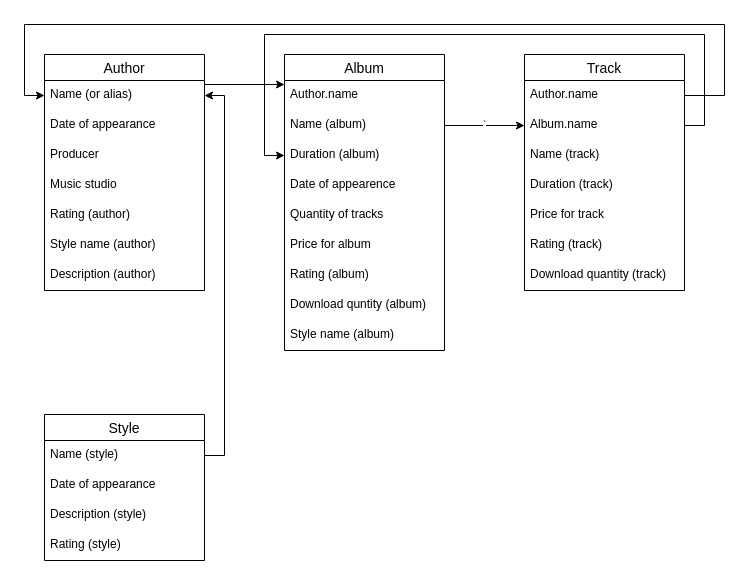
Oleg-Stukalov/draw.io-schemes keeps this draw.io diagram as Untitled Diagram.drawio. Above is the earlier version. Source tidied: cells renumbered, new cells numbered last; positions are measured from the earlier drawing's top-left corner, leaving out a move shared by most shapes. Both pictures are drawn from the tidied source at 100%, with x=0, y=0 at pixel (24, 24).
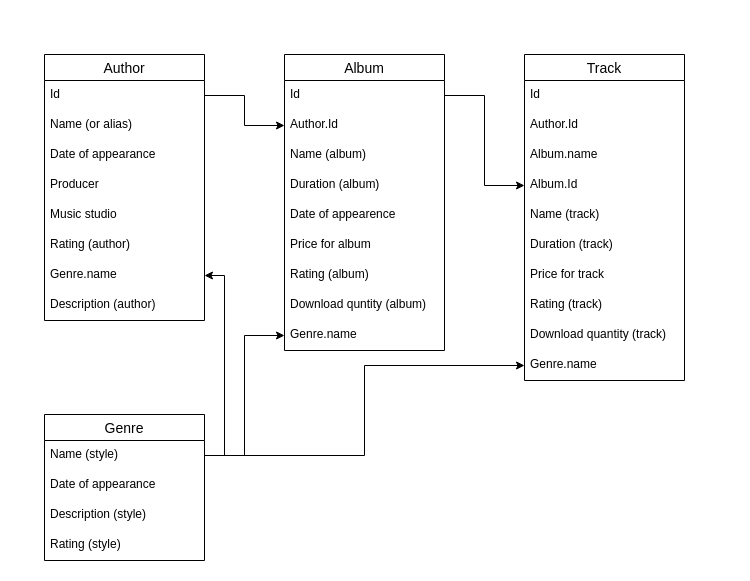
After the change.

Unchanged cells that the change refers to:
```xml
<mxCell id="2" value="Album" style="swimlane;fontStyle=0;horizontal=1;startSize=26;align=center;fontSize=14;" parent="1" vertex="1">
  <mxGeometry x="260" y="30" width="160" height="296" as="geometry" />
</mxCell>
<mxCell id="33" value="Name (style)" style="text;strokeColor=none;fillColor=none;spacingLeft=4;spacingRight=4;overflow=hidden;points=[[0,0.5],[1,0.5]];portConstraint=eastwest;fontSize=12;" parent="32" vertex="1">
  <mxGeometry y="26" width="160" height="30" as="geometry" />
</mxCell>
```

Change to the diagram source:
```diff
@@
-    <mxCell id="3" value="Author.name" style="text;strokeColor=none;fillColor=none;spacingLeft=4;spacingRight=4;overflow=hidden;points=[[0,0.5],[1,0.5]];portConstraint=eastwest;fontSize=12;" parent="2" vertex="1">
+    <mxCell id="3" value="Id" style="text;strokeColor=none;fillColor=none;spacingLeft=4;spacingRight=4;overflow=hidden;points=[[0,0.5],[1,0.5]];portConstraint=eastwest;fontSize=12;" parent="2" vertex="1">
       <mxGeometry y="26" width="160" height="30" as="geometry" />
     </mxCell>
+    <mxCell id="38" value="Author.Id" style="text;strokeColor=none;fillColor=none;spacingLeft=4;spacingRight=4;overflow=hidden;points=[[0,0.5],[1,0.5]];portConstraint=eastwest;fontSize=12;" parent="2" vertex="1">
+      <mxGeometry y="56" width="160" height="30" as="geometry" />
+    </mxCell>
     <mxCell id="4" value="Name (album)" style="text;strokeColor=none;fillColor=none;spacingLeft=4;spacingRight=4;overflow=hidden;points=[[0,0.5],[1,0.5]];portConstraint=eastwest;fontSize=12;" parent="2" vertex="1">
-      <mxGeometry y="56" width="160" height="30" as="geometry" />
+      <mxGeometry y="86" width="160" height="30" as="geometry" />
     </mxCell>
     <mxCell id="5" value="Duration (album)" style="text;strokeColor=none;fillColor=none;spacingLeft=4;spacingRight=4;overflow=hidden;points=[[0,0.5],[1,0.5]];portConstraint=eastwest;fontSize=12;" parent="2" vertex="1">
-      <mxGeometry y="86" width="160" height="30" as="geometry" />
+      <mxGeometry y="116" width="160" height="30" as="geometry" />
     </mxCell>
     <mxCell id="6" value="Date of appearence" style="text;strokeColor=none;fillColor=none;spacingLeft=4;spacingRight=4;overflow=hidden;fontSize=12;" parent="2" vertex="1">
-      <mxGeometry y="116" width="160" height="30" as="geometry" />
+      <mxGeometry y="146" width="160" height="30" as="geometry" />
     </mxCell>
-    <mxCell id="7" value="Quantity of tracks" style="text;strokeColor=none;fillColor=none;spacingLeft=4;spacingRight=4;overflow=hidden;fontSize=12;" parent="2" vertex="1">
-      <mxGeometry y="146" width="160" height="30" as="geometry" />
-    </mxCell>
@@
-    <mxCell id="11" value="Style name (album)" style="text;strokeColor=none;fillColor=none;spacingLeft=4;spacingRight=4;overflow=hidden;points=[[0,0.5],[1,0.5]];portConstraint=eastwest;fontSize=12;" parent="2" vertex="1">
+    <mxCell id="11" value="Genre.name" style="text;strokeColor=none;fillColor=none;spacingLeft=4;spacingRight=4;overflow=hidden;points=[[0,0.5],[1,0.5]];portConstraint=eastwest;fontSize=12;" parent="2" vertex="1">
       <mxGeometry y="266" width="160" height="30" as="geometry" />
     </mxCell>
     <mxCell id="12" value="Author" style="swimlane;fontStyle=0;horizontal=1;startSize=26;align=center;fontSize=14;" parent="1" vertex="1">
-      <mxGeometry x="20" y="30" width="160" height="236" as="geometry" />
+      <mxGeometry x="20" y="30" width="160" height="266" as="geometry" />
     </mxCell>
-    <mxCell id="13" value="Name (or alias)" style="text;strokeColor=none;fillColor=none;spacingLeft=4;spacingRight=4;overflow=hidden;points=[[0,0.5],[1,0.5]];portConstraint=eastwest;fontSize=12;" parent="12" vertex="1">
+    <mxCell id="13" value="Id" style="text;strokeColor=none;fillColor=none;spacingLeft=4;spacingRight=4;overflow=hidden;points=[[0,0.5],[1,0.5]];portConstraint=eastwest;fontSize=12;" parent="12" vertex="1">
       <mxGeometry y="26" width="160" height="30" as="geometry" />
     </mxCell>
+    <mxCell id="39" value="Name (or alias) " style="text;strokeColor=none;fillColor=none;spacingLeft=4;spacingRight=4;overflow=hidden;fontSize=12;" parent="12" vertex="1">
+      <mxGeometry y="56" width="160" height="30" as="geometry" />
+    </mxCell>
     <mxCell id="14" value="Date of appearance" style="text;strokeColor=none;fillColor=none;spacingLeft=4;spacingRight=4;overflow=hidden;fontSize=12;" parent="12" vertex="1">
-      <mxGeometry y="56" width="160" height="30" as="geometry" />
+      <mxGeometry y="86" width="160" height="30" as="geometry" />
     </mxCell>
     <mxCell id="15" value="Producer" style="text;strokeColor=none;fillColor=none;spacingLeft=4;spacingRight=4;overflow=hidden;fontSize=12;" parent="12" vertex="1">
-      <mxGeometry y="86" width="160" height="30" as="geometry" />
+      <mxGeometry y="116" width="160" height="30" as="geometry" />
     </mxCell>
     <mxCell id="16" value="Music studio" style="text;strokeColor=none;fillColor=none;spacingLeft=4;spacingRight=4;overflow=hidden;fontSize=12;" parent="12" vertex="1">
-      <mxGeometry y="116" width="160" height="30" as="geometry" />
+      <mxGeometry y="146" width="160" height="30" as="geometry" />
     </mxCell>
     <mxCell id="17" value="Rating (author)" style="text;strokeColor=none;fillColor=none;spacingLeft=4;spacingRight=4;overflow=hidden;fontSize=12;" parent="12" vertex="1">
-      <mxGeometry y="146" width="160" height="30" as="geometry" />
+      <mxGeometry y="176" width="160" height="30" as="geometry" />
     </mxCell>
-    <mxCell id="18" value="Style name (author)" style="text;strokeColor=none;fillColor=none;spacingLeft=4;spacingRight=4;overflow=hidden;points=[[0,0.5],[1,0.5]];portConstraint=eastwest;fontSize=12;" parent="12" vertex="1">
-      <mxGeometry y="176" width="160" height="30" as="geometry" />
+    <mxCell id="18" value="Genre.name" style="text;strokeColor=none;fillColor=none;spacingLeft=4;spacingRight=4;overflow=hidden;points=[[0,0.5],[1,0.5]];portConstraint=eastwest;fontSize=12;" parent="12" vertex="1">
+      <mxGeometry y="206" width="160" height="30" as="geometry" />
     </mxCell>
     <mxCell id="19" value="Description (author)" style="text;strokeColor=none;fillColor=none;spacingLeft=4;spacingRight=4;overflow=hidden;fontSize=12;" parent="12" vertex="1">
-      <mxGeometry y="206" width="160" height="30" as="geometry" />
+      <mxGeometry y="236" width="160" height="30" as="geometry" />
     </mxCell>
     <mxCell id="20" value="Track" style="swimlane;fontStyle=0;horizontal=1;startSize=26;align=center;fontSize=14;" parent="1" vertex="1">
-      <mxGeometry x="500" y="30" width="160" height="236" as="geometry" />
+      <mxGeometry x="500" y="30" width="160" height="326" as="geometry" />
     </mxCell>
+    <mxCell id="40" value="Id" style="text;strokeColor=none;fillColor=none;spacingLeft=4;spacingRight=4;overflow=hidden;fontSize=12;" parent="20" vertex="1">
+      <mxGeometry y="26" width="160" height="30" as="geometry" />
+    </mxCell>
-    <mxCell id="21" value="Author.name" style="text;strokeColor=none;fillColor=none;spacingLeft=4;spacingRight=4;overflow=hidden;points=[[0,0.5],[1,0.5]];portConstraint=eastwest;fontSize=12;" parent="20" vertex="1">
-      <mxGeometry y="26" width="160" height="30" as="geometry" />
+    <mxCell id="21" value="Author.Id" style="text;strokeColor=none;fillColor=none;spacingLeft=4;spacingRight=4;overflow=hidden;points=[[0,0.5],[1,0.5]];portConstraint=eastwest;fontSize=12;" parent="20" vertex="1">
+      <mxGeometry y="56" width="160" height="30" as="geometry" />
     </mxCell>
     <mxCell id="22" value="Album.name" style="text;strokeColor=none;fillColor=none;spacingLeft=4;spacingRight=4;overflow=hidden;points=[[0,0.5],[1,0.5]];portConstraint=eastwest;fontSize=12;" parent="20" vertex="1">
-      <mxGeometry y="56" width="160" height="30" as="geometry" />
+      <mxGeometry y="86" width="160" height="30" as="geometry" />
     </mxCell>
+    <mxCell id="41" value="Album.Id" style="text;strokeColor=none;fillColor=none;spacingLeft=4;spacingRight=4;overflow=hidden;points=[[0,0.5],[1,0.5]];portConstraint=eastwest;fontSize=12;" parent="20" vertex="1">
+      <mxGeometry y="116" width="160" height="30" as="geometry" />
+    </mxCell>
     <mxCell id="23" value="Name (track)" style="text;strokeColor=none;fillColor=none;spacingLeft=4;spacingRight=4;overflow=hidden;fontSize=12;" parent="20" vertex="1">
-      <mxGeometry y="86" width="160" height="30" as="geometry" />
+      <mxGeometry y="146" width="160" height="30" as="geometry" />
     </mxCell>
     <mxCell id="24" value="Duration (track)" style="text;strokeColor=none;fillColor=none;spacingLeft=4;spacingRight=4;overflow=hidden;fontSize=12;" parent="20" vertex="1">
-      <mxGeometry y="116" width="160" height="30" as="geometry" />
+      <mxGeometry y="176" width="160" height="30" as="geometry" />
     </mxCell>
     <mxCell id="25" value="Price for track" style="text;strokeColor=none;fillColor=none;spacingLeft=4;spacingRight=4;overflow=hidden;fontSize=12;" parent="20" vertex="1">
-      <mxGeometry y="146" width="160" height="30" as="geometry" />
+      <mxGeometry y="206" width="160" height="30" as="geometry" />
     </mxCell>
     <mxCell id="26" value="Rating (track)" style="text;strokeColor=none;fillColor=none;spacingLeft=4;spacingRight=4;overflow=hidden;fontSize=12;" parent="20" vertex="1">
-      <mxGeometry y="176" width="160" height="30" as="geometry" />
+      <mxGeometry y="236" width="160" height="30" as="geometry" />
     </mxCell>
     <mxCell id="27" value="Download quantity (track)" style="text;strokeColor=none;fillColor=none;spacingLeft=4;spacingRight=4;overflow=hidden;fontSize=12;" parent="20" vertex="1">
-      <mxGeometry y="206" width="160" height="30" as="geometry" />
+      <mxGeometry y="266" width="160" height="30" as="geometry" />
     </mxCell>
-    <mxCell id="28" style="edgeStyle=orthogonalEdgeStyle;rounded=0;jettySize=auto;html=1;exitX=1;exitY=0.5;exitDx=0;exitDy=0;" parent="1" edge="1" source="13" target="3">
-      <mxGeometry relative="1" as="geometry">
-        <Array as="points">
-          <mxPoint x="180" y="60" />
-        </Array>
-      </mxGeometry>
-    </mxCell>
-    <mxCell id="29" value="`" style="edgeStyle=orthogonalEdgeStyle;rounded=0;jettySize=auto;html=1;exitX=1;exitY=0.5;exitDx=0;exitDy=0;entryX=0;entryY=0.5;entryDx=0;entryDy=0;" parent="1" edge="1" source="4" target="22">
-      <mxGeometry relative="1" as="geometry" />
-    </mxCell>
-    <mxCell id="30" style="edgeStyle=orthogonalEdgeStyle;rounded=0;jettySize=auto;html=1;exitX=1;exitY=0.5;exitDx=0;exitDy=0;entryX=0;entryY=0.5;entryDx=0;entryDy=0;" parent="1" edge="1" source="21" target="13">
-      <mxGeometry relative="1" as="geometry">
-        <Array as="points">
-          <mxPoint x="700" y="71" />
-          <mxPoint x="700" />
-          <mxPoint />
-          <mxPoint y="71" />
-        </Array>
-      </mxGeometry>
-    </mxCell>
-    <mxCell id="31" style="edgeStyle=orthogonalEdgeStyle;rounded=0;jettySize=auto;html=1;exitX=1;exitY=0.5;exitDx=0;exitDy=0;entryX=0;entryY=0.5;entryDx=0;entryDy=0;" parent="1" edge="1" source="22" target="5">
-      <mxGeometry relative="1" as="geometry">
-        <Array as="points">
-          <mxPoint x="680" y="101" />
-          <mxPoint x="680" y="10" />
-          <mxPoint x="240" y="10" />
-          <mxPoint x="240" y="131" />
-        </Array>
-      </mxGeometry>
-    </mxCell>
+    <mxCell id="42" value="Genre.name" style="text;strokeColor=none;fillColor=none;spacingLeft=4;spacingRight=4;overflow=hidden;points=[[0,0.5],[1,0.5]];portConstraint=eastwest;fontSize=12;" parent="20" vertex="1">
+      <mxGeometry y="296" width="160" height="30" as="geometry" />
+    </mxCell>
-    <mxCell id="32" value="Style" style="swimlane;fontStyle=0;horizontal=1;startSize=26;align=center;fontSize=14;" parent="1" vertex="1">
+    <mxCell id="32" value="Genre" style="swimlane;fontStyle=0;horizontal=1;startSize=26;align=center;fontSize=14;" parent="1" vertex="1">
       <mxGeometry x="20" y="390" width="160" height="146" as="geometry" />
     </mxCell>
@@
-    <mxCell id="37" style="edgeStyle=orthogonalEdgeStyle;rounded=0;jettySize=auto;html=1;exitX=1;exitY=0.5;exitDx=0;exitDy=0;" parent="1" edge="1" source="33" target="13">
+    <mxCell id="37" style="edgeStyle=orthogonalEdgeStyle;rounded=0;jettySize=auto;html=1;exitX=1;exitY=0.5;exitDx=0;exitDy=0;" parent="1" edge="1" source="33" target="42">
       <mxGeometry relative="1" as="geometry" />
     </mxCell>
+    <mxCell id="43" style="edgeStyle=orthogonalEdgeStyle;rounded=0;jettySize=auto;html=1;exitX=1;exitY=0.5;exitDx=0;exitDy=0;entryX=0;entryY=0.5;entryDx=0;entryDy=0;" parent="1" edge="1" source="33" target="11">
+      <mxGeometry relative="1" as="geometry" />
+    </mxCell>
+    <mxCell id="44" style="edgeStyle=orthogonalEdgeStyle;rounded=0;jettySize=auto;html=1;exitX=1;exitY=0.5;exitDx=0;exitDy=0;entryX=1;entryY=0.5;entryDx=0;entryDy=0;" parent="1" edge="1" source="33" target="18">
+      <mxGeometry relative="1" as="geometry" />
+    </mxCell>
+    <mxCell id="45" style="edgeStyle=orthogonalEdgeStyle;rounded=0;jettySize=auto;html=1;exitX=1;exitY=0.5;exitDx=0;exitDy=0;entryX=0;entryY=0.5;entryDx=0;entryDy=0;" parent="1" edge="1" source="13" target="38">
+      <mxGeometry relative="1" as="geometry" />
+    </mxCell>
+    <mxCell id="46" style="edgeStyle=orthogonalEdgeStyle;rounded=0;jettySize=auto;html=1;exitX=1;exitY=0.5;exitDx=0;exitDy=0;entryX=0;entryY=0.5;entryDx=0;entryDy=0;" parent="1" edge="1" source="3" target="41">
+      <mxGeometry relative="1" as="geometry" />
+    </mxCell>
```
